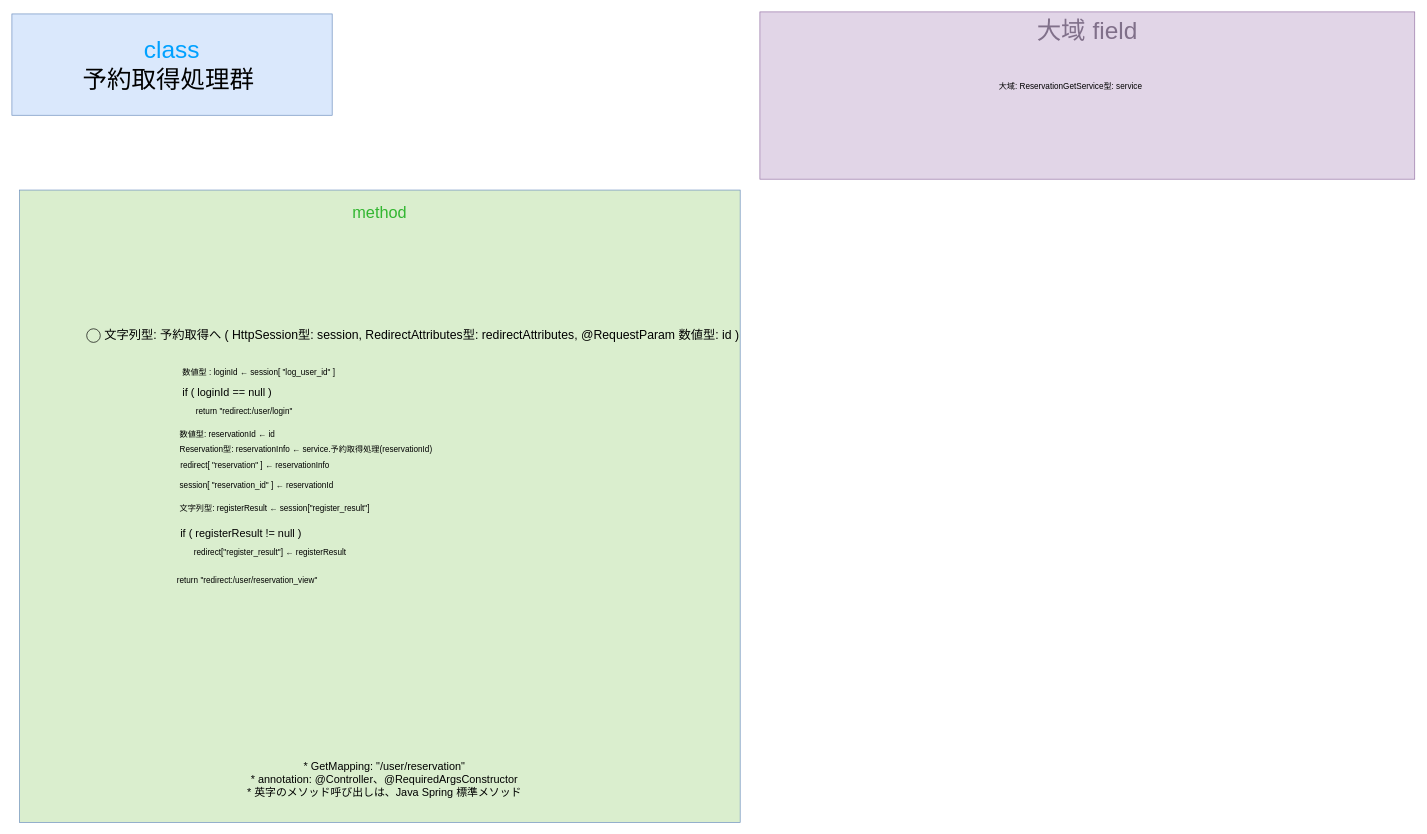
Before: gijigengo/controller/user/meeting_reservation_sys controller_user ReservationGetControllerクラス 疑似言語.drawio in tro319/meeting_reservation_system, a draw.io diagram. Source tidied: cells renumbered, new cells numbered last; positions are measured from the earlier drawing's top-left corner, leaving out a move shared by most shapes. Both pictures are drawn from the tidied source at 68%, with x=0, y=0 at pixel (12, 12).
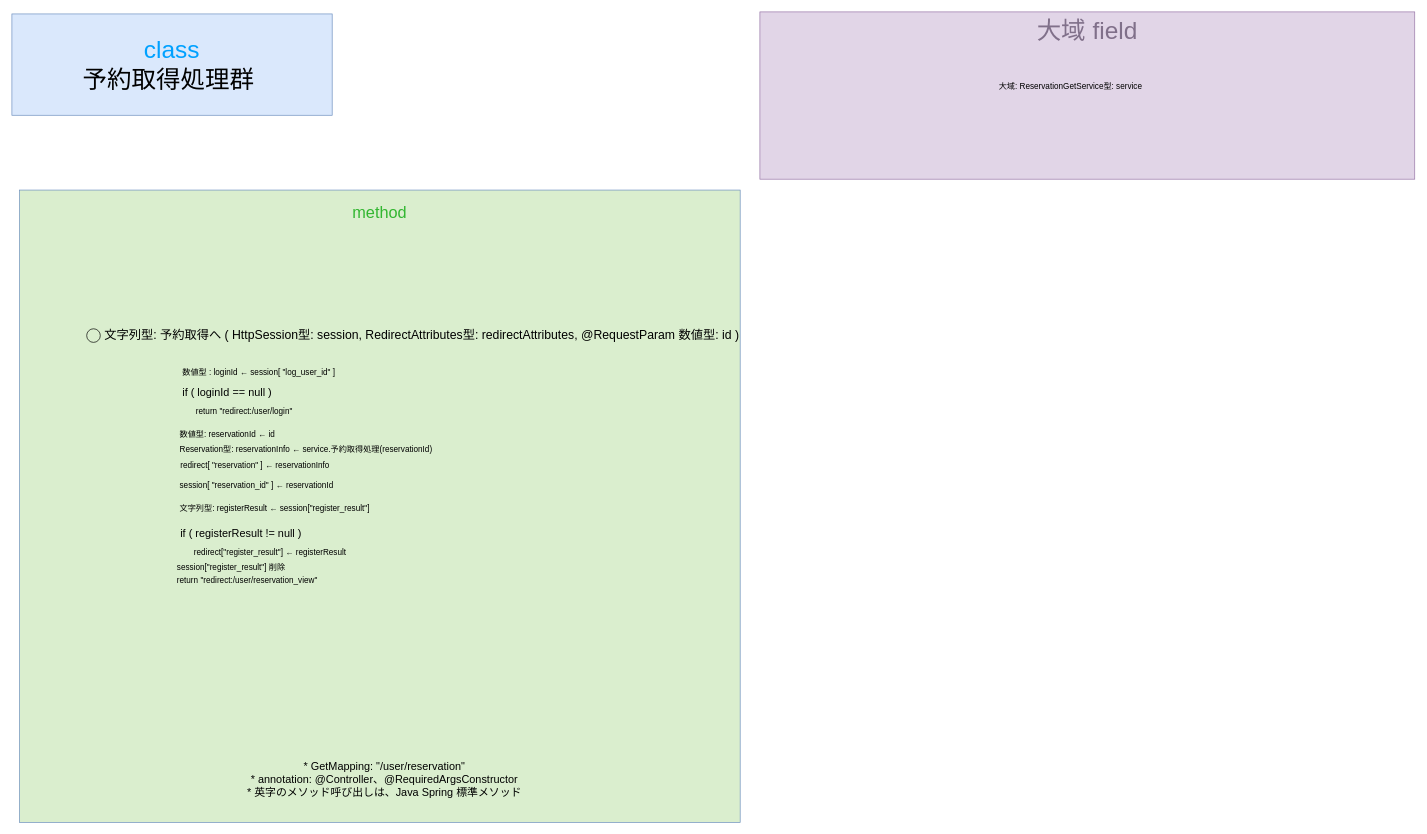
The same diagram, later.

The edit, as a diff of the source:
```diff
@@
+    <mxCell id="20" value="session[&quot;register_result&quot;] 削除" style="text;html=1;whiteSpace=wrap;strokeColor=none;fillColor=none;align=left;verticalAlign=middle;rounded=0;" parent="1" vertex="1">
+      <mxGeometry x="241" y="802" width="590" height="30" as="geometry" />
+    </mxCell>
```
